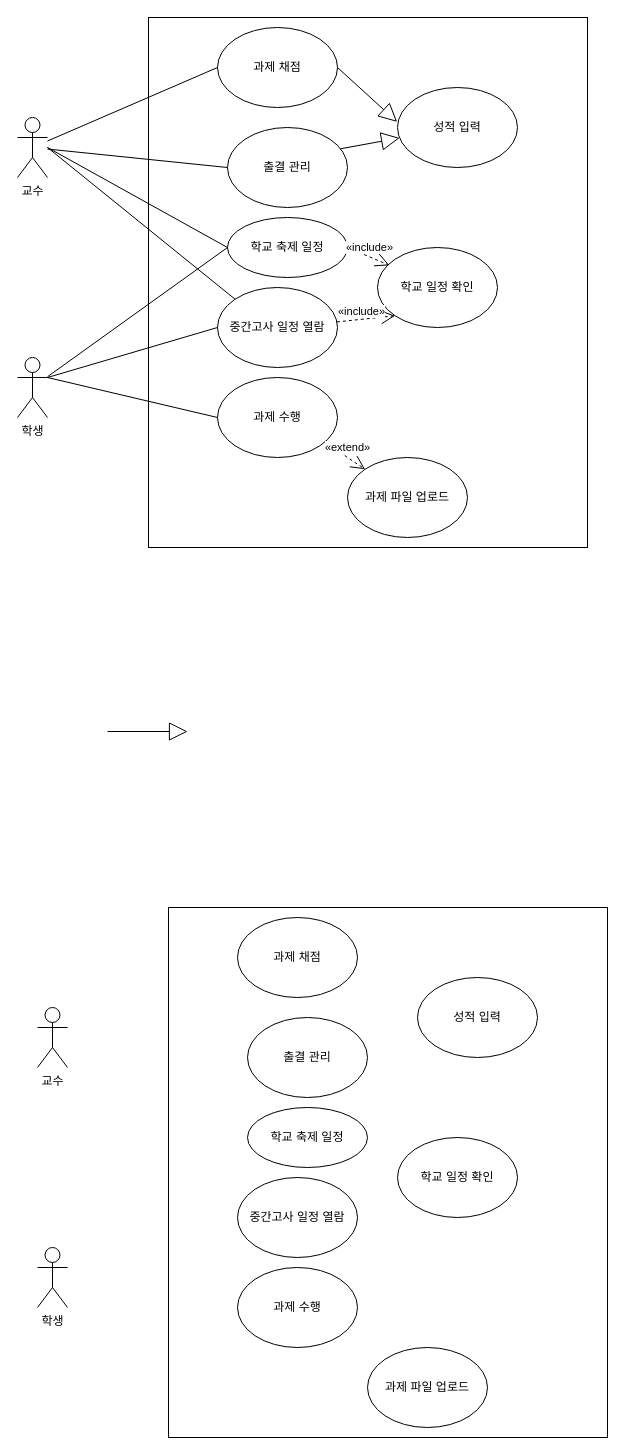
Earlier version of the draw.io diagram page "페이지-5" (5 of 5) of 2021_Summer_Vacation.drawio (ParkSeongTeak/2021_Summer_Vacation). Source tidied: cells renumbered, new cells numbered last; positions are measured from the earlier drawing's top-left corner, leaving out a move shared by most shapes. Both pictures are drawn from the tidied source at 100%, with x=0, y=0 at pixel (17, 17).
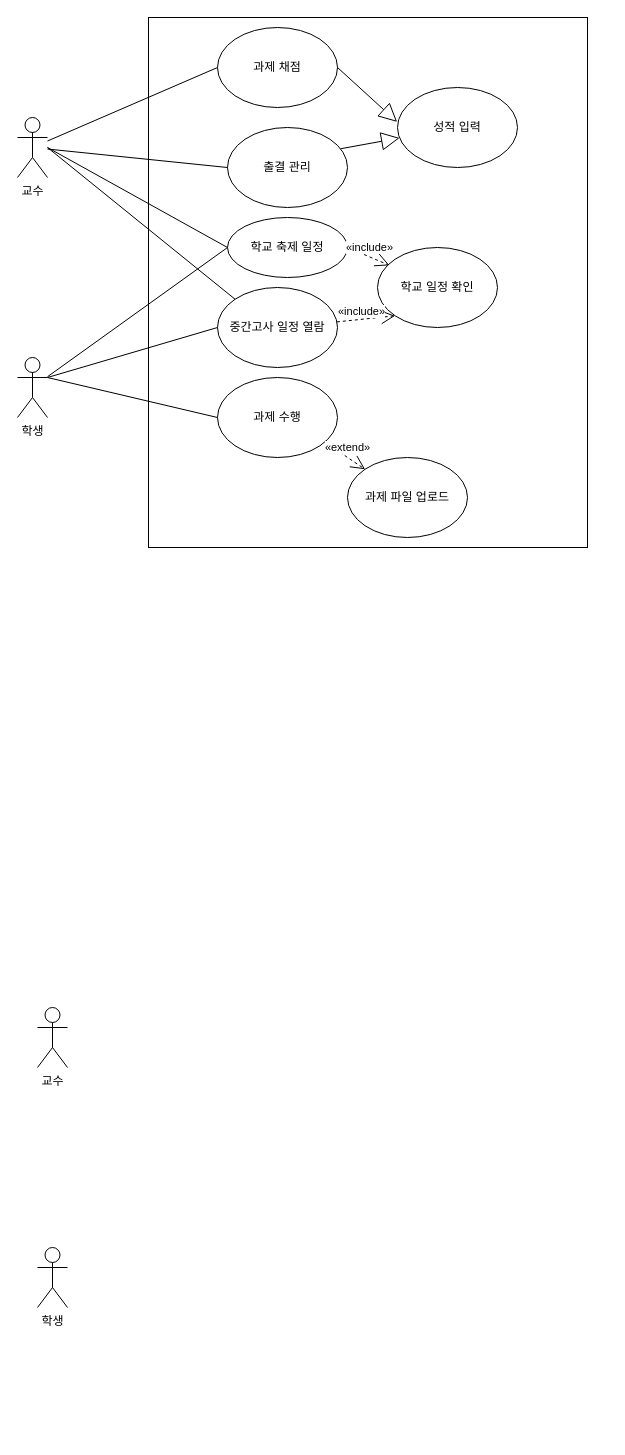
Above is the later version.

Diff of the diagram source:
```diff
@@
-    <mxCell id="26" style="rounded=0;whiteSpace=wrap;html=1;" parent="1" vertex="1">
-      <mxGeometry x="151" y="890" width="439" height="530" as="geometry" />
-    </mxCell>
-    <mxCell id="27" value="학교 축제 일정" style="ellipse;whiteSpace=wrap;html=1;" parent="1" vertex="1">
-      <mxGeometry x="230" y="1090" width="120" height="60" as="geometry" />
-    </mxCell>
-    <mxCell id="28" value="과제 수행" style="ellipse;whiteSpace=wrap;html=1;" parent="1" vertex="1">
-      <mxGeometry x="220" y="1250" width="120" height="80" as="geometry" />
-    </mxCell>
-    <mxCell id="29" value="과제 채점" style="ellipse;whiteSpace=wrap;html=1;" parent="1" vertex="1">
-      <mxGeometry x="220" y="900" width="120" height="80" as="geometry" />
-    </mxCell>
@@
-    <mxCell id="31" value="과제 파일 업로드" style="ellipse;whiteSpace=wrap;html=1;" parent="1" vertex="1">
-      <mxGeometry x="350" y="1330" width="120" height="80" as="geometry" />
-    </mxCell>
-    <mxCell id="32" value="성적 입력" style="ellipse;whiteSpace=wrap;html=1;" parent="1" vertex="1">
-      <mxGeometry x="400" y="960" width="120" height="80" as="geometry" />
-    </mxCell>
-    <mxCell id="33" value="출결 관리" style="ellipse;whiteSpace=wrap;html=1;" parent="1" vertex="1">
-      <mxGeometry x="230" y="1000" width="120" height="80" as="geometry" />
-    </mxCell>
-    <mxCell id="34" value="중간고사 일정 열람" style="ellipse;whiteSpace=wrap;html=1;" parent="1" vertex="1">
-      <mxGeometry x="220" y="1160" width="120" height="80" as="geometry" />
-    </mxCell>
-    <mxCell id="35" value="학교 일정 확인" style="ellipse;whiteSpace=wrap;html=1;" parent="1" vertex="1">
-      <mxGeometry x="380" y="1120" width="120" height="80" as="geometry" />
-    </mxCell>
-    <mxCell id="36" style="endArrow=block;endSize=16;endFill=0;html=1;rounded=0;entryX=-0.003;entryY=0.43;entryDx=0;entryDy=0;entryPerimeter=0;" parent="1" edge="1">
-      <mxGeometry x="0.12" relative="1" as="geometry">
-        <mxPoint x="90" y="714" as="sourcePoint" />
-        <mxPoint x="170" y="714" as="targetPoint" />
-      </mxGeometry>
-    </mxCell>
```
